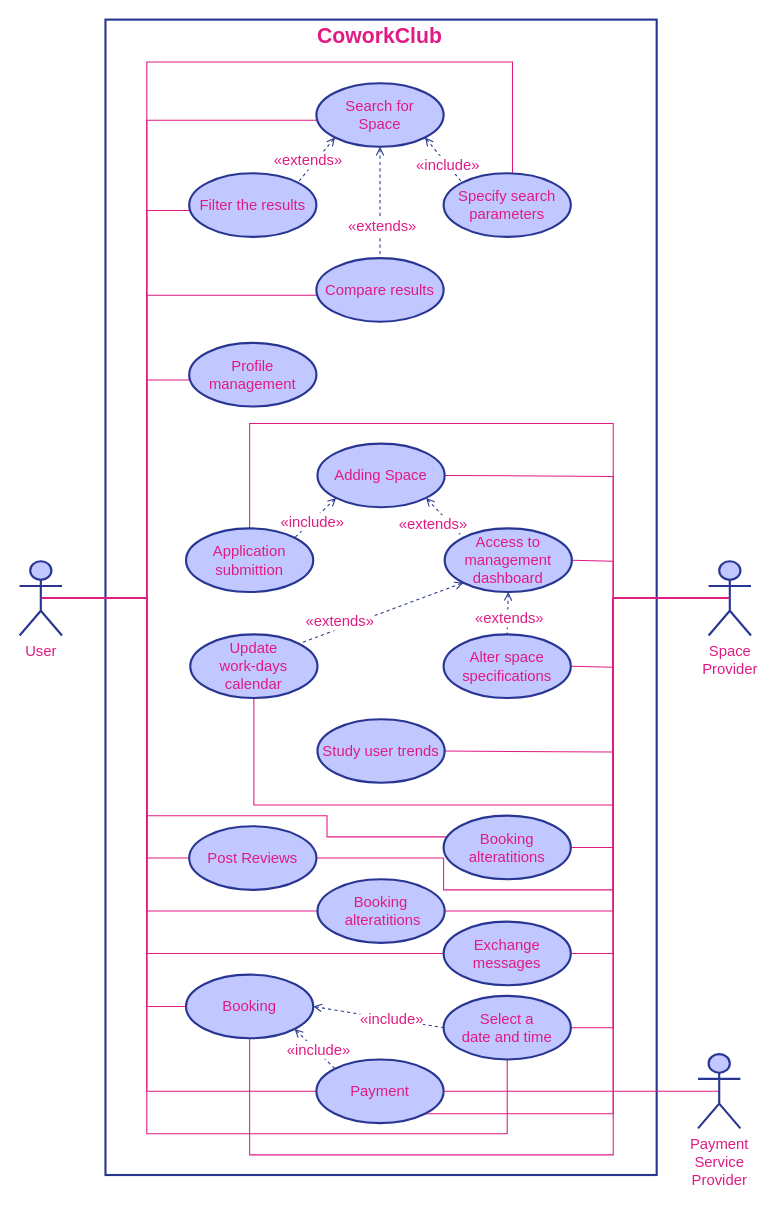
This is page "Use Case" (4 of 4) of documentation/elaboration/models.drawio from DavidAraujo98/CoworkClub, a draw.io file, before an edit. Source tidied: cells renumbered, new cells numbered last; positions are measured from the earlier drawing's top-left corner, leaving out a move shared by most shapes. Both pictures are drawn from the tidied source at 106%, with x=0, y=0 at pixel (19, 19).
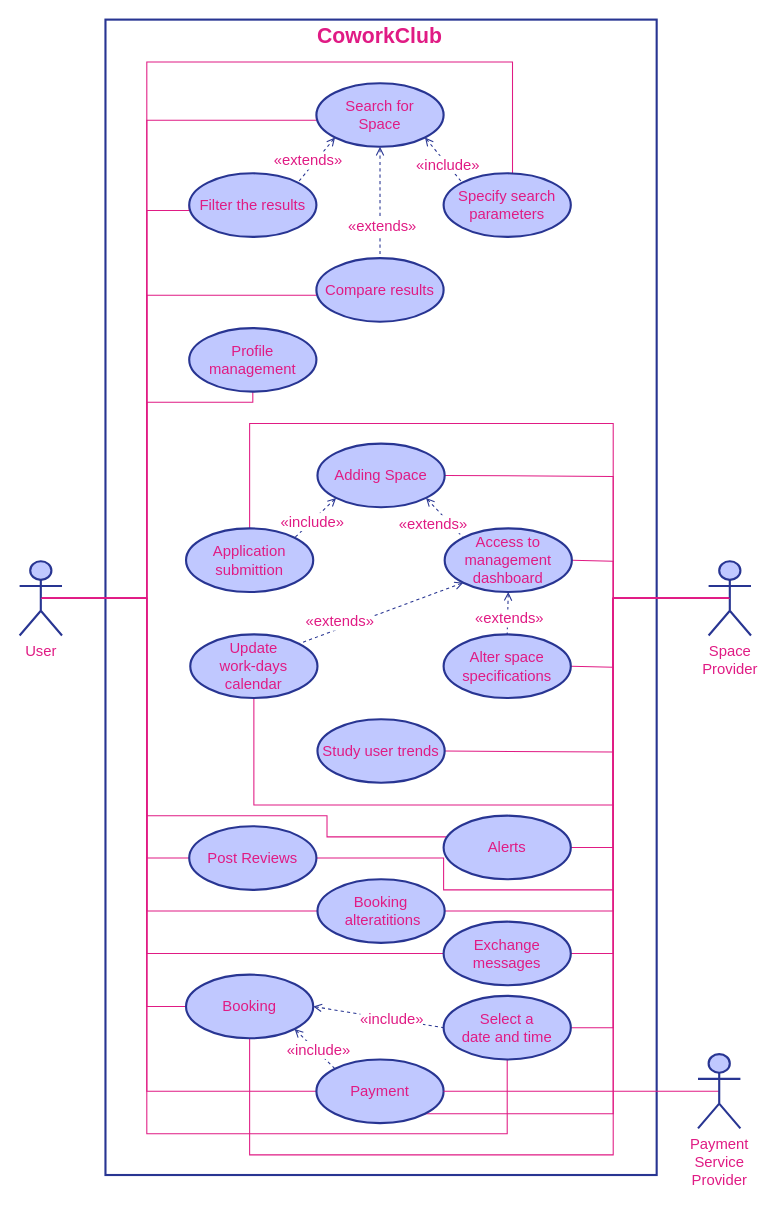
Above is the later version.

Unchanged cells that the change refers to:
```xml
<mxCell id="14" value="User" style="shape=umlActor;verticalLabelPosition=bottom;verticalAlign=top;html=1;outlineConnect=0;fontSize=14;fontColor=#E01B84;strokeColor=#283592;strokeWidth=2;fillColor=#C0C8FF;" parent="1" vertex="1">
  <mxGeometry y="511" width="40" height="70" as="geometry" />
</mxCell>
```

Change to the diagram source:
```diff
@@
-    <mxCell id="7" style="edgeStyle=orthogonalEdgeStyle;rounded=0;jettySize=auto;html=1;exitX=0.5;exitY=0.5;exitDx=0;exitDy=0;exitPerimeter=0;entryX=0;entryY=0.5;entryDx=0;entryDy=0;fontSize=14;fontColor=#E01B84;startArrow=none;startFill=0;endArrow=none;endFill=0;strokeColor=#E01B84;" parent="1" edge="1" source="14" target="39">
+    <mxCell id="7" style="edgeStyle=orthogonalEdgeStyle;rounded=0;jettySize=auto;html=1;exitX=0.5;exitY=0.5;exitDx=0;exitDy=0;exitPerimeter=0;entryX=0.5;entryY=1;entryDx=0;entryDy=0;fontSize=14;fontColor=#E01B84;startArrow=none;startFill=0;endArrow=none;endFill=0;strokeColor=#E01B84;" parent="1" edge="1" source="14" target="39">
       <mxGeometry relative="1" as="geometry">
         <Array as="points">
           <mxPoint x="120" y="546" />
-          <mxPoint x="120" y="340" />
-          <mxPoint x="160" y="340" />
+          <mxPoint x="120" y="361" />
+          <mxPoint x="220" y="361" />
         </Array>
       </mxGeometry>
     </mxCell>
@@
     <mxCell id="39" value="Profile management" style="ellipse;whiteSpace=wrap;html=1;fontSize=14;fontColor=#E01B84;strokeColor=#283592;strokeWidth=2;fillColor=#C0C8FF;" parent="1" vertex="1">
-      <mxGeometry x="160" y="305" width="120" height="60" as="geometry" />
+      <mxGeometry x="160" y="291" width="120" height="60" as="geometry" />
     </mxCell>
@@
-    <mxCell id="54" value="Booking alteratitions" style="ellipse;whiteSpace=wrap;html=1;fontSize=14;fontColor=#E01B84;strokeColor=#283592;strokeWidth=2;fillColor=#C0C8FF;" parent="1" vertex="1">
+    <mxCell id="54" value="Alerts" style="ellipse;whiteSpace=wrap;html=1;fontSize=14;fontColor=#E01B84;strokeColor=#283592;strokeWidth=2;fillColor=#C0C8FF;" parent="1" vertex="1">
       <mxGeometry x="400" y="751" width="120" height="60" as="geometry" />
     </mxCell>
```
